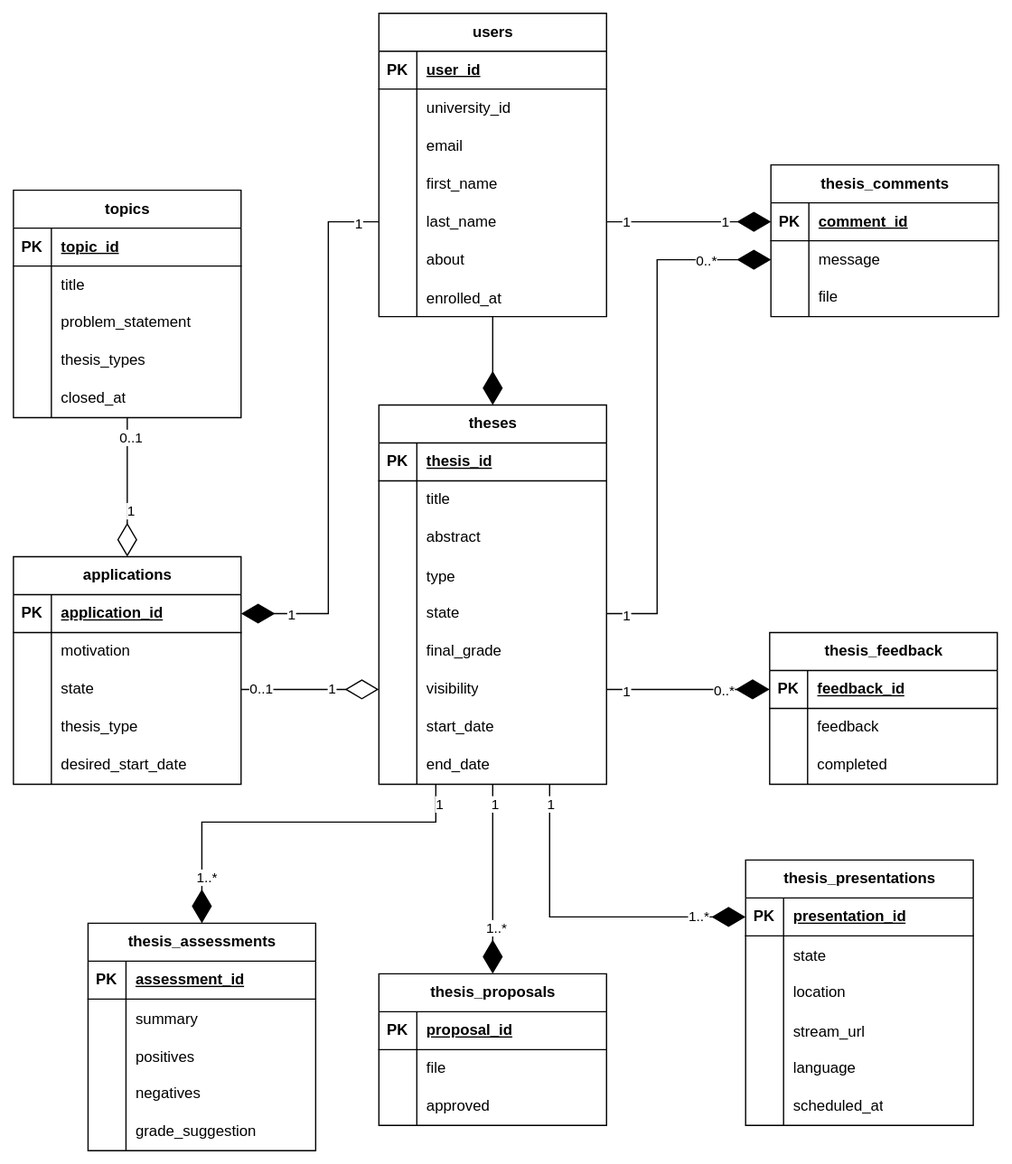
Before: database-schema-simplified.svg, a diagram exported from draw.io (fabian-emilius/bachelor-thesis-charts). Source tidied: cells renumbered, new cells last; positions are measured from the earlier drawing's top-left corner, leaving out a move shared by most shapes.
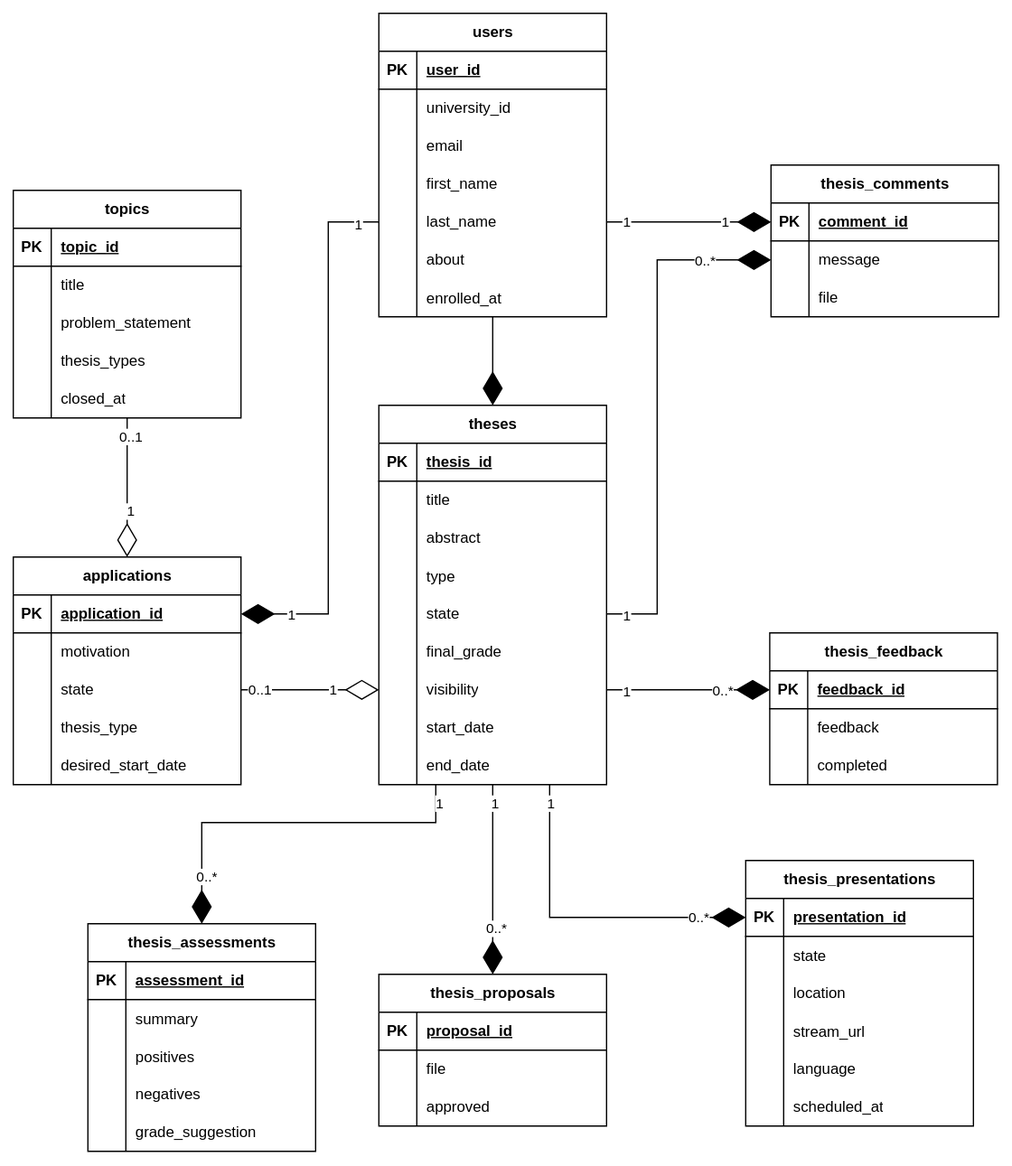
The same diagram one commit later.

The edit, as a diff of the source:
```diff
@@ -440,7 +440,7 @@
     <mxCell id="147" value="1" style="edgeLabel;html=1;align=center;verticalAlign=middle;" parent="146" vertex="1">
       <mxGeometry x="-0.81" y="1" relative="1" as="geometry" />
     </mxCell>
-    <mxCell id="148" value="1..*" style="edgeLabel;html=1;align=center;verticalAlign=middle;" parent="146" vertex="1">
+    <mxCell id="148" value="0..*" style="edgeLabel;html=1;align=center;verticalAlign=middle;" parent="146" vertex="1">
       <mxGeometry x="0.51" y="2" relative="1" as="geometry" />
     </mxCell>
     <mxCell id="149" style="endArrow=diamondThin;endFill=1;endSize=24;html=1;rounded=0;exitX=0.25;exitY=1;exitDx=0;exitDy=0;entryX=0.5;entryY=0;entryDx=0;entryDy=0;" parent="1" edge="1" source="101" target="85">
@@ -454,7 +454,7 @@
     <mxCell id="150" value="1" style="edgeLabel;html=1;align=center;verticalAlign=middle;" parent="149" vertex="1">
       <mxGeometry x="-0.9" y="2" relative="1" as="geometry" />
     </mxCell>
-    <mxCell id="151" value="1..*" style="edgeLabel;html=1;align=center;verticalAlign=middle;" parent="149" vertex="1">
+    <mxCell id="151" value="0..*" style="edgeLabel;html=1;align=center;verticalAlign=middle;" parent="149" vertex="1">
       <mxGeometry x="0.74" y="3" relative="1" as="geometry">
         <mxPoint y="1" as="offset" />
       </mxGeometry>
@@ -499,7 +499,7 @@
     <mxCell id="163" value="1" style="edgeLabel;html=1;align=center;verticalAlign=middle;" parent="162" vertex="1">
       <mxGeometry x="-0.89" relative="1" as="geometry" />
     </mxCell>
-    <mxCell id="164" value="1..*" style="edgeLabel;html=1;align=center;verticalAlign=middle;" parent="162" vertex="1">
+    <mxCell id="164" value="0..*" style="edgeLabel;html=1;align=center;verticalAlign=middle;" parent="162" vertex="1">
       <mxGeometry x="0.71" y="1" relative="1" as="geometry" />
     </mxCell>
     <mxCell id="165" style="endArrow=diamondThin;endFill=1;endSize=24;html=1;rounded=0;exitX=1;exitY=0.5;exitDx=0;exitDy=0;entryX=0;entryY=0.5;entryDx=0;entryDy=0;" parent="1" edge="1" source="120" target="130">
```
